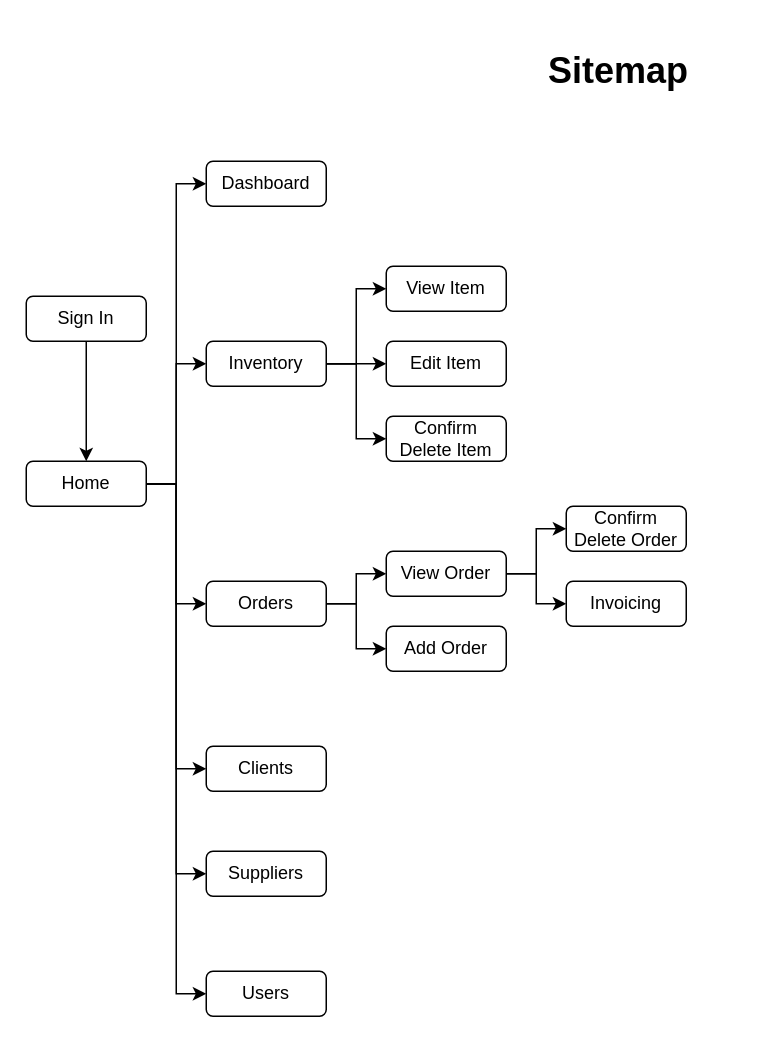
This is page "Sitemap" (1 of 3) of docs/plans/plans.drawio from hangyin2017/hero-inventory-frontend, a draw.io file, before an edit. Source tidied: cells renumbered, new cells numbered last; positions are measured from the earlier drawing's top-left corner, leaving out a move shared by most shapes. Both pictures are drawn from the tidied source at 150%, with x=0, y=0 at pixel (26, 56).
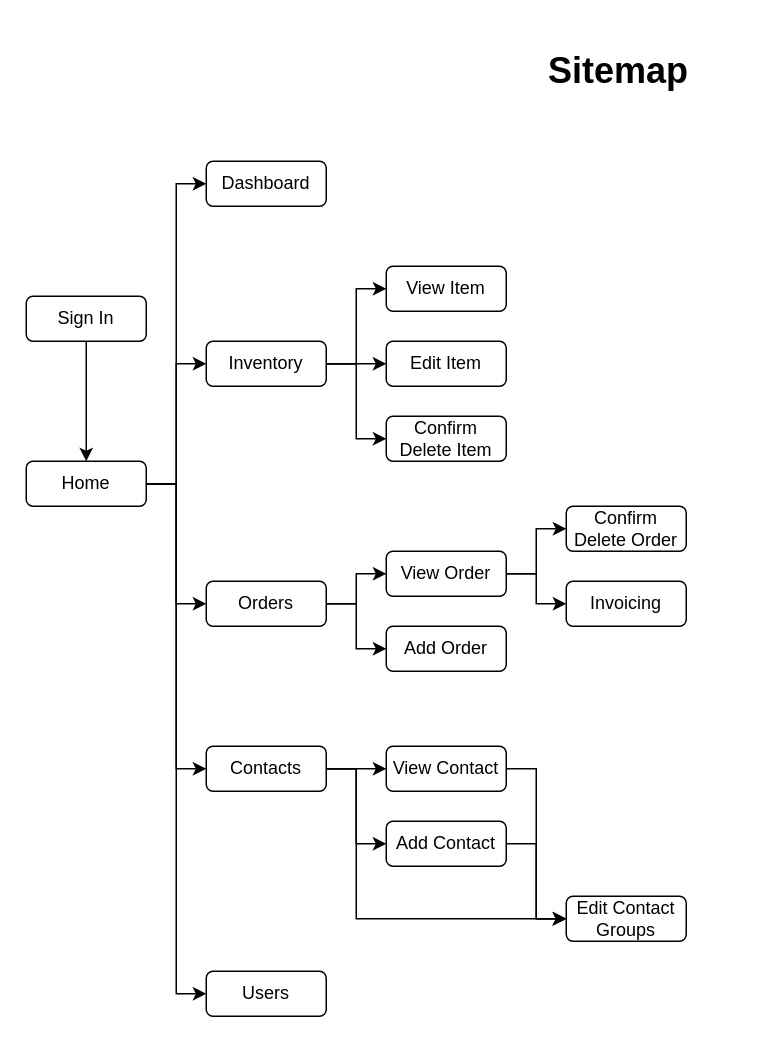
The same diagram, later.

Unchanged cells that the change refers to:
```xml
<mxCell id="17" value="Home" style="rounded=1;whiteSpace=wrap;html=1;" parent="1" vertex="1">
  <mxGeometry y="270" width="80" height="30" as="geometry" />
</mxCell>
```

Change to the diagram source:
```diff
@@
+    <mxCell id="32" style="edgeStyle=orthogonalEdgeStyle;rounded=0;jettySize=auto;html=1;exitX=1;exitY=0.5;exitDx=0;exitDy=0;entryX=0;entryY=0.5;entryDx=0;entryDy=0;" parent="1" edge="1" source="9" target="18">
+      <mxGeometry relative="1" as="geometry" />
+    </mxCell>
+    <mxCell id="33" style="edgeStyle=orthogonalEdgeStyle;rounded=0;jettySize=auto;html=1;exitX=1;exitY=0.5;exitDx=0;exitDy=0;entryX=0;entryY=0.5;entryDx=0;entryDy=0;" parent="1" edge="1" source="9" target="37">
+      <mxGeometry relative="1" as="geometry" />
+    </mxCell>
+    <mxCell id="34" style="edgeStyle=orthogonalEdgeStyle;rounded=0;jettySize=auto;html=1;exitX=1;exitY=0.5;exitDx=0;exitDy=0;entryX=0;entryY=0.5;entryDx=0;entryDy=0;" parent="1" edge="1" source="9" target="38">
+      <mxGeometry relative="1" as="geometry">
+        <Array as="points">
+          <mxPoint x="220" y="475" />
+          <mxPoint x="220" y="575" />
+        </Array>
+      </mxGeometry>
+    </mxCell>
-    <mxCell id="9" value="Clients" style="rounded=1;whiteSpace=wrap;html=1;" parent="1" vertex="1">
+    <mxCell id="9" value="Contacts" style="rounded=1;whiteSpace=wrap;html=1;" parent="1" vertex="1">
       <mxGeometry x="120" y="460" width="80" height="30" as="geometry" />
     </mxCell>
@@
-    <mxCell id="14" style="edgeStyle=orthogonalEdgeStyle;rounded=0;jettySize=auto;html=1;exitX=1;exitY=0.5;exitDx=0;exitDy=0;entryX=0;entryY=0.5;entryDx=0;entryDy=0;" parent="1" edge="1" source="17" target="18">
-      <mxGeometry relative="1" as="geometry" />
-    </mxCell>
@@
+    <mxCell id="35" style="edgeStyle=orthogonalEdgeStyle;rounded=0;jettySize=auto;html=1;exitX=1;exitY=0.5;exitDx=0;exitDy=0;entryX=0;entryY=0.5;entryDx=0;entryDy=0;" parent="1" edge="1" source="18" target="38">
+      <mxGeometry relative="1" as="geometry" />
+    </mxCell>
-    <mxCell id="18" value="Suppliers" style="rounded=1;whiteSpace=wrap;html=1;" parent="1" vertex="1">
-      <mxGeometry x="120" y="530" width="80" height="30" as="geometry" />
+    <mxCell id="18" value="View Contact" style="rounded=1;whiteSpace=wrap;html=1;" parent="1" vertex="1">
+      <mxGeometry x="240" y="460" width="80" height="30" as="geometry" />
     </mxCell>
@@
+    <mxCell id="36" style="edgeStyle=orthogonalEdgeStyle;rounded=0;jettySize=auto;html=1;exitX=1;exitY=0.5;exitDx=0;exitDy=0;entryX=0;entryY=0.5;entryDx=0;entryDy=0;" parent="1" edge="1" source="37" target="38">
+      <mxGeometry relative="1" as="geometry" />
+    </mxCell>
+    <mxCell id="37" value="Add&amp;nbsp;Contact" style="rounded=1;whiteSpace=wrap;html=1;" parent="1" vertex="1">
+      <mxGeometry x="240" y="510" width="80" height="30" as="geometry" />
+    </mxCell>
+    <mxCell id="38" value="Edit Contact Groups" style="rounded=1;whiteSpace=wrap;html=1;" parent="1" vertex="1">
+      <mxGeometry x="360" y="560" width="80" height="30" as="geometry" />
+    </mxCell>
```
